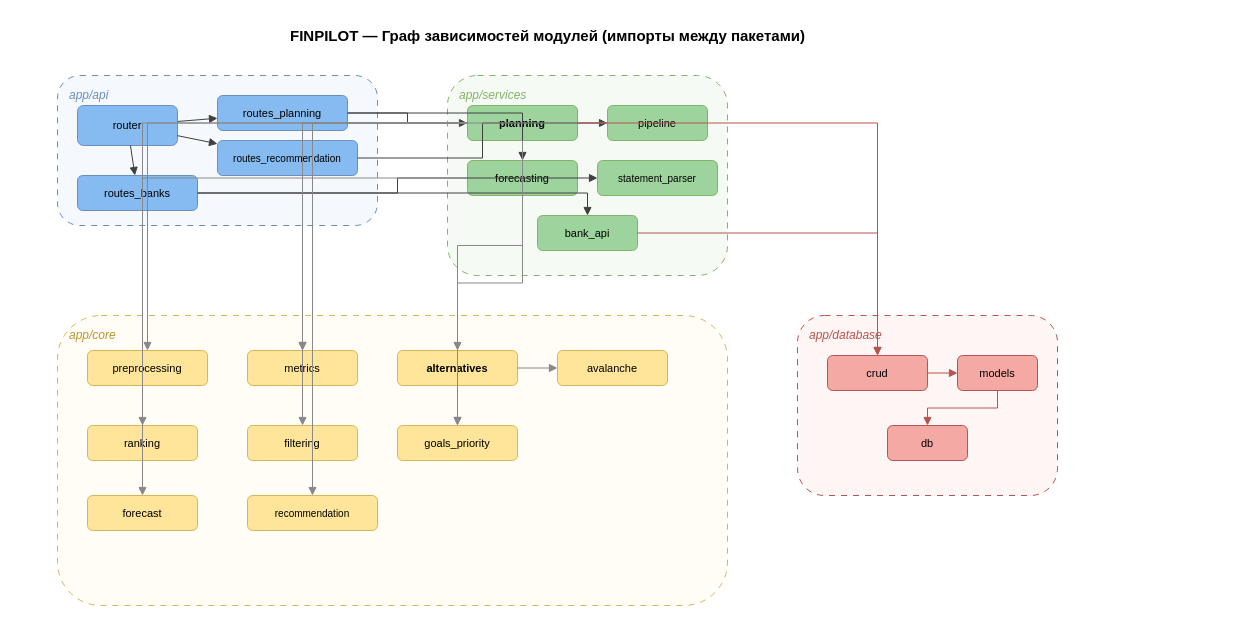
This is docs/diagrams/14_dependency_graph.drawio from vevdokimovm/personal-finance-dss, a draw.io file, before an edit. Source tidied: cells renumbered, new cells numbered last; positions are measured from the earlier drawing's top-left corner, leaving out a move shared by most shapes. Both pictures are drawn from the tidied source at 100%, with x=0, y=0 at pixel (57, 20).
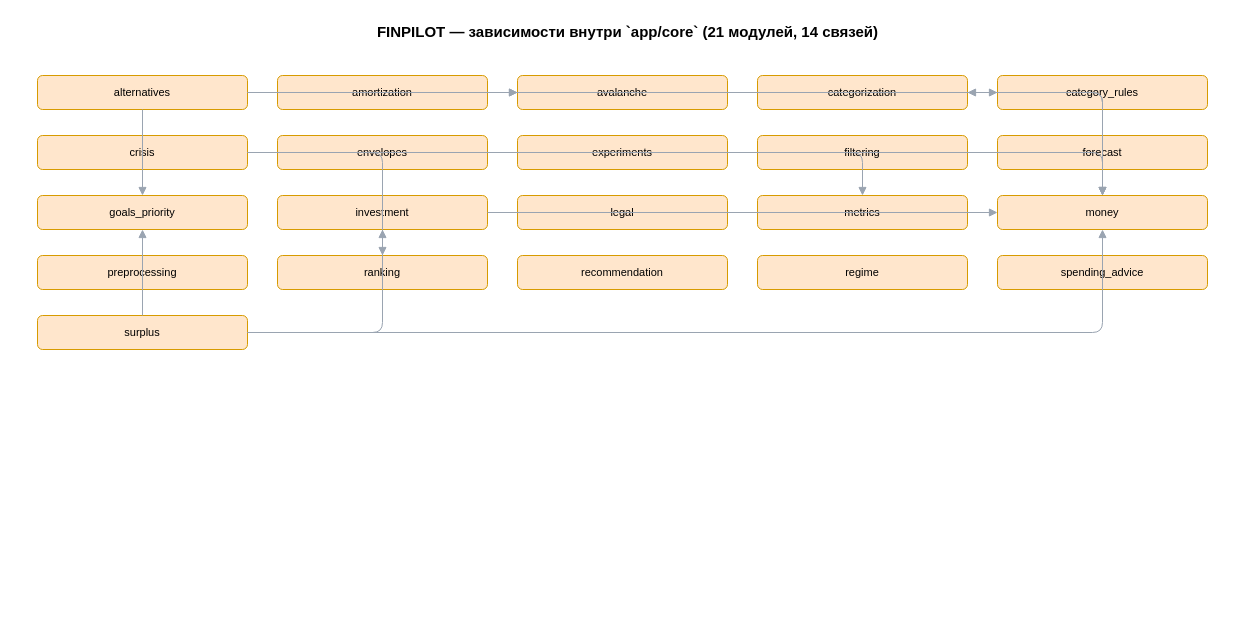
The same diagram, later.

What changed in the source:
```diff
@@
-    <mxCell id="2" value="FINPILOT — Граф зависимостей модулей (импорты между пакетами)" style="text;html=1;strokeColor=none;fillColor=none;align=center;verticalAlign=middle;fontSize=15;fontStyle=1;" parent="1" vertex="1">
-      <mxGeometry x="190" width="600" height="30" as="geometry" />
+    <mxCell id="2" value="FINPILOT — зависимости внутри `app/core` (21 модулей, 14 связей)" style="text;html=1;strokeColor=none;fillColor=none;align=center;verticalAlign=middle;fontSize=15;fontStyle=1;" parent="1" vertex="1">
+      <mxGeometry x="-40" y="-3" width="1220" height="28" as="geometry" />
     </mxCell>
-    <mxCell id="3" value="app/api" style="rounded=1;whiteSpace=wrap;html=1;dashed=1;dashPattern=6 6;strokeColor=#6c8ebf;fillColor=#f5f8fc;verticalAlign=top;fontSize=12;fontStyle=2;fontColor=#6c8ebf;align=left;spacingLeft=10;spacingTop=6;" parent="1" vertex="1">
-      <mxGeometry y="55" width="320" height="150" as="geometry" />
-    </mxCell>
-    <mxCell id="4" value="router" style="rounded=1;whiteSpace=wrap;html=1;fillColor=#85BBF0;strokeColor=#6c8ebf;fontSize=11;" parent="1" vertex="1">
-      <mxGeometry x="20" y="85" width="100" height="40" as="geometry" />
-    </mxCell>
-    <mxCell id="5" value="routes_planning" style="rounded=1;whiteSpace=wrap;html=1;fillColor=#85BBF0;strokeColor=#6c8ebf;fontSize=11;" parent="1" vertex="1">
-      <mxGeometry x="160" y="75" width="130" height="35" as="geometry" />
-    </mxCell>
-    <mxCell id="6" value="routes_recommendation" style="rounded=1;whiteSpace=wrap;html=1;fillColor=#85BBF0;strokeColor=#6c8ebf;fontSize=10;" parent="1" vertex="1">
-      <mxGeometry x="160" y="120" width="140" height="35" as="geometry" />
-    </mxCell>
-    <mxCell id="7" value="routes_banks" style="rounded=1;whiteSpace=wrap;html=1;fillColor=#85BBF0;strokeColor=#6c8ebf;fontSize=11;" parent="1" vertex="1">
-      <mxGeometry x="20" y="155" width="120" height="35" as="geometry" />
-    </mxCell>
-    <mxCell id="8" value="app/services" style="rounded=1;whiteSpace=wrap;html=1;dashed=1;dashPattern=6 6;strokeColor=#82b366;fillColor=#f6faf4;verticalAlign=top;fontSize=12;fontStyle=2;fontColor=#82b366;align=left;spacingLeft=10;spacingTop=6;" parent="1" vertex="1">
-      <mxGeometry x="390" y="55" width="280" height="200" as="geometry" />
-    </mxCell>
-    <mxCell id="9" value="planning" style="rounded=1;whiteSpace=wrap;html=1;fillColor=#9DD49D;strokeColor=#82b366;fontSize=11;fontStyle=1;" parent="1" vertex="1">
-      <mxGeometry x="410" y="85" width="110" height="35" as="geometry" />
-    </mxCell>
-    <mxCell id="10" value="pipeline" style="rounded=1;whiteSpace=wrap;html=1;fillColor=#9DD49D;strokeColor=#82b366;fontSize=11;" parent="1" vertex="1">
-      <mxGeometry x="550" y="85" width="100" height="35" as="geometry" />
-    </mxCell>
-    <mxCell id="11" value="forecasting" style="rounded=1;whiteSpace=wrap;html=1;fillColor=#9DD49D;strokeColor=#82b366;fontSize=11;" parent="1" vertex="1">
-      <mxGeometry x="410" y="140" width="110" height="35" as="geometry" />
-    </mxCell>
-    <mxCell id="12" value="statement_parser" style="rounded=1;whiteSpace=wrap;html=1;fillColor=#9DD49D;strokeColor=#82b366;fontSize=10;" parent="1" vertex="1">
-      <mxGeometry x="540" y="140" width="120" height="35" as="geometry" />
-    </mxCell>
-    <mxCell id="13" value="bank_api" style="rounded=1;whiteSpace=wrap;html=1;fillColor=#9DD49D;strokeColor=#82b366;fontSize=11;" parent="1" vertex="1">
-      <mxGeometry x="480" y="195" width="100" height="35" as="geometry" />
-    </mxCell>
-    <mxCell id="14" value="app/core" style="rounded=1;whiteSpace=wrap;html=1;dashed=1;dashPattern=6 6;strokeColor=#d6b656;fillColor=#fffdf5;verticalAlign=top;fontSize=12;fontStyle=2;fontColor=#b89530;align=left;spacingLeft=10;spacingTop=6;" parent="1" vertex="1">
-      <mxGeometry y="295" width="670" height="290" as="geometry" />
-    </mxCell>
+    <mxCell id="17" value="alternatives" style="rounded=1;whiteSpace=wrap;html=1;fillColor=#ffe6cc;strokeColor=#d79b00;fontSize=11;" parent="1" vertex="1">
+      <mxGeometry x="-20" y="55" width="210" height="34" as="geometry" />
+    </mxCell>
+    <mxCell id="51" value="amortization" style="rounded=1;whiteSpace=wrap;html=1;fillColor=#ffe6cc;strokeColor=#d79b00;fontSize=11;" parent="1" vertex="1">
+      <mxGeometry x="220" y="55" width="210" height="34" as="geometry" />
+    </mxCell>
+    <mxCell id="18" value="avalanche" style="rounded=1;whiteSpace=wrap;html=1;fillColor=#ffe6cc;strokeColor=#d79b00;fontSize=11;" parent="1" vertex="1">
+      <mxGeometry x="460" y="55" width="210" height="34" as="geometry" />
+    </mxCell>
+    <mxCell id="52" value="categorization" style="rounded=1;whiteSpace=wrap;html=1;fillColor=#ffe6cc;strokeColor=#d79b00;fontSize=11;" parent="1" vertex="1">
+      <mxGeometry x="700" y="55" width="210" height="34" as="geometry" />
+    </mxCell>
+    <mxCell id="53" value="category_rules" style="rounded=1;whiteSpace=wrap;html=1;fillColor=#ffe6cc;strokeColor=#d79b00;fontSize=11;" parent="1" vertex="1">
+      <mxGeometry x="940" y="55" width="210" height="34" as="geometry" />
+    </mxCell>
+    <mxCell id="54" value="crisis" style="rounded=1;whiteSpace=wrap;html=1;fillColor=#ffe6cc;strokeColor=#d79b00;fontSize=11;" parent="1" vertex="1">
+      <mxGeometry x="-20" y="115" width="210" height="34" as="geometry" />
+    </mxCell>
+    <mxCell id="55" value="envelopes" style="rounded=1;whiteSpace=wrap;html=1;fillColor=#ffe6cc;strokeColor=#d79b00;fontSize=11;" parent="1" vertex="1">
+      <mxGeometry x="220" y="115" width="210" height="34" as="geometry" />
+    </mxCell>
+    <mxCell id="56" value="experiments" style="rounded=1;whiteSpace=wrap;html=1;fillColor=#ffe6cc;strokeColor=#d79b00;fontSize=11;" parent="1" vertex="1">
+      <mxGeometry x="460" y="115" width="210" height="34" as="geometry" />
+    </mxCell>
+    <mxCell id="20" value="filtering" style="rounded=1;whiteSpace=wrap;html=1;fillColor=#ffe6cc;strokeColor=#d79b00;fontSize=11;" parent="1" vertex="1">
+      <mxGeometry x="700" y="115" width="210" height="34" as="geometry" />
+    </mxCell>
+    <mxCell id="23" value="forecast" style="rounded=1;whiteSpace=wrap;html=1;fillColor=#ffe6cc;strokeColor=#d79b00;fontSize=11;" parent="1" vertex="1">
+      <mxGeometry x="940" y="115" width="210" height="34" as="geometry" />
+    </mxCell>
+    <mxCell id="19" value="goals_priority" style="rounded=1;whiteSpace=wrap;html=1;fillColor=#ffe6cc;strokeColor=#d79b00;fontSize=11;" parent="1" vertex="1">
+      <mxGeometry x="-20" y="175" width="210" height="34" as="geometry" />
+    </mxCell>
+    <mxCell id="57" value="investment" style="rounded=1;whiteSpace=wrap;html=1;fillColor=#ffe6cc;strokeColor=#d79b00;fontSize=11;" parent="1" vertex="1">
+      <mxGeometry x="220" y="175" width="210" height="34" as="geometry" />
+    </mxCell>
+    <mxCell id="58" value="legal" style="rounded=1;whiteSpace=wrap;html=1;fillColor=#ffe6cc;strokeColor=#d79b00;fontSize=11;" parent="1" vertex="1">
+      <mxGeometry x="460" y="175" width="210" height="34" as="geometry" />
+    </mxCell>
+    <mxCell id="16" value="metrics" style="rounded=1;whiteSpace=wrap;html=1;fillColor=#ffe6cc;strokeColor=#d79b00;fontSize=11;" parent="1" vertex="1">
+      <mxGeometry x="700" y="175" width="210" height="34" as="geometry" />
+    </mxCell>
+    <mxCell id="59" value="money" style="rounded=1;whiteSpace=wrap;html=1;fillColor=#ffe6cc;strokeColor=#d79b00;fontSize=11;" parent="1" vertex="1">
+      <mxGeometry x="940" y="175" width="210" height="34" as="geometry" />
+    </mxCell>
-    <mxCell id="15" value="preprocessing" style="rounded=1;whiteSpace=wrap;html=1;fillColor=#FFE599;strokeColor=#d6b656;fontSize=11;" parent="1" vertex="1">
-      <mxGeometry x="30" y="330" width="120" height="35" as="geometry" />
+    <mxCell id="15" value="preprocessing" style="rounded=1;whiteSpace=wrap;html=1;fillColor=#ffe6cc;strokeColor=#d79b00;fontSize=11;" parent="1" vertex="1">
+      <mxGeometry x="-20" y="235" width="210" height="34" as="geometry" />
     </mxCell>
-    <mxCell id="16" value="metrics" style="rounded=1;whiteSpace=wrap;html=1;fillColor=#FFE599;strokeColor=#d6b656;fontSize=11;" parent="1" vertex="1">
-      <mxGeometry x="190" y="330" width="110" height="35" as="geometry" />
-    </mxCell>
-    <mxCell id="17" value="alternatives" style="rounded=1;whiteSpace=wrap;html=1;fillColor=#FFE599;strokeColor=#d6b656;fontSize=11;fontStyle=1;" parent="1" vertex="1">
-      <mxGeometry x="340" y="330" width="120" height="35" as="geometry" />
-    </mxCell>
-    <mxCell id="18" value="avalanche" style="rounded=1;whiteSpace=wrap;html=1;fillColor=#FFE599;strokeColor=#d6b656;fontSize=11;" parent="1" vertex="1">
-      <mxGeometry x="500" y="330" width="110" height="35" as="geometry" />
-    </mxCell>
-    <mxCell id="19" value="goals_priority" style="rounded=1;whiteSpace=wrap;html=1;fillColor=#FFE599;strokeColor=#d6b656;fontSize=11;" parent="1" vertex="1">
-      <mxGeometry x="340" y="405" width="120" height="35" as="geometry" />
-    </mxCell>
-    <mxCell id="20" value="filtering" style="rounded=1;whiteSpace=wrap;html=1;fillColor=#FFE599;strokeColor=#d6b656;fontSize=11;" parent="1" vertex="1">
-      <mxGeometry x="190" y="405" width="110" height="35" as="geometry" />
-    </mxCell>
-    <mxCell id="21" value="ranking" style="rounded=1;whiteSpace=wrap;html=1;fillColor=#FFE599;strokeColor=#d6b656;fontSize=11;" parent="1" vertex="1">
-      <mxGeometry x="30" y="405" width="110" height="35" as="geometry" />
+    <mxCell id="21" value="ranking" style="rounded=1;whiteSpace=wrap;html=1;fillColor=#ffe6cc;strokeColor=#d79b00;fontSize=11;" parent="1" vertex="1">
+      <mxGeometry x="220" y="235" width="210" height="34" as="geometry" />
     </mxCell>
-    <mxCell id="22" value="recommendation" style="rounded=1;whiteSpace=wrap;html=1;fillColor=#FFE599;strokeColor=#d6b656;fontSize=10;" parent="1" vertex="1">
-      <mxGeometry x="190" y="475" width="130" height="35" as="geometry" />
+    <mxCell id="22" value="recommendation" style="rounded=1;whiteSpace=wrap;html=1;fillColor=#ffe6cc;strokeColor=#d79b00;fontSize=11;" parent="1" vertex="1">
+      <mxGeometry x="460" y="235" width="210" height="34" as="geometry" />
     </mxCell>
-    <mxCell id="23" value="forecast" style="rounded=1;whiteSpace=wrap;html=1;fillColor=#FFE599;strokeColor=#d6b656;fontSize=11;" parent="1" vertex="1">
-      <mxGeometry x="30" y="475" width="110" height="35" as="geometry" />
-    </mxCell>
-    <mxCell id="24" value="app/database" style="rounded=1;whiteSpace=wrap;html=1;dashed=1;dashPattern=6 6;strokeColor=#b85450;fillColor=#fdf6f5;verticalAlign=top;fontSize=12;fontStyle=2;fontColor=#b85450;align=left;spacingLeft=10;spacingTop=6;" parent="1" vertex="1">
-      <mxGeometry x="740" y="295" width="260" height="180" as="geometry" />
-    </mxCell>
-    <mxCell id="25" value="crud" style="rounded=1;whiteSpace=wrap;html=1;fillColor=#F5A9A4;strokeColor=#b85450;fontSize=11;" parent="1" vertex="1">
-      <mxGeometry x="770" y="335" width="100" height="35" as="geometry" />
-    </mxCell>
-    <mxCell id="26" value="models" style="rounded=1;whiteSpace=wrap;html=1;fillColor=#F5A9A4;strokeColor=#b85450;fontSize=11;" parent="1" vertex="1">
-      <mxGeometry x="900" y="335" width="80" height="35" as="geometry" />
-    </mxCell>
-    <mxCell id="27" value="db" style="rounded=1;whiteSpace=wrap;html=1;fillColor=#F5A9A4;strokeColor=#b85450;fontSize=11;" parent="1" vertex="1">
-      <mxGeometry x="830" y="405" width="80" height="35" as="geometry" />
-    </mxCell>
-    <mxCell id="28" style="endArrow=block;html=1;rounded=0;strokeColor=#404040;" parent="1" edge="1" source="4" target="5">
-      <mxGeometry relative="1" as="geometry" />
-    </mxCell>
-    <mxCell id="29" style="endArrow=block;html=1;rounded=0;strokeColor=#404040;" parent="1" edge="1" source="4" target="6">
-      <mxGeometry relative="1" as="geometry" />
-    </mxCell>
-    <mxCell id="30" style="endArrow=block;html=1;rounded=0;strokeColor=#404040;" parent="1" edge="1" source="4" target="7">
-      <mxGeometry relative="1" as="geometry" />
-    </mxCell>
-    <mxCell id="31" style="endArrow=block;html=1;rounded=0;strokeColor=#404040;edgeStyle=orthogonalEdgeStyle;" parent="1" edge="1" source="5" target="9">
-      <mxGeometry relative="1" as="geometry" />
-    </mxCell>
-    <mxCell id="32" style="endArrow=block;html=1;rounded=0;strokeColor=#404040;edgeStyle=orthogonalEdgeStyle;" parent="1" edge="1" source="5" target="11">
-      <mxGeometry relative="1" as="geometry" />
-    </mxCell>
-    <mxCell id="33" style="endArrow=block;html=1;rounded=0;strokeColor=#404040;edgeStyle=orthogonalEdgeStyle;" parent="1" edge="1" source="6" target="10">
-      <mxGeometry relative="1" as="geometry" />
-    </mxCell>
-    <mxCell id="34" style="endArrow=block;html=1;rounded=0;strokeColor=#404040;edgeStyle=orthogonalEdgeStyle;" parent="1" edge="1" source="7" target="12">
-      <mxGeometry relative="1" as="geometry" />
-    </mxCell>
-    <mxCell id="35" style="endArrow=block;html=1;rounded=0;strokeColor=#404040;edgeStyle=orthogonalEdgeStyle;" parent="1" edge="1" source="7" target="13">
-      <mxGeometry relative="1" as="geometry" />
-    </mxCell>
-    <mxCell id="36" style="endArrow=block;html=1;rounded=0;strokeColor=#888888;edgeStyle=orthogonalEdgeStyle;" parent="1" edge="1" source="9" target="15">
-      <mxGeometry relative="1" as="geometry" />
-    </mxCell>
-    <mxCell id="37" style="endArrow=block;html=1;rounded=0;strokeColor=#888888;edgeStyle=orthogonalEdgeStyle;" parent="1" edge="1" source="9" target="16">
-      <mxGeometry relative="1" as="geometry" />
-    </mxCell>
-    <mxCell id="38" style="endArrow=block;html=1;rounded=0;strokeColor=#888888;edgeStyle=orthogonalEdgeStyle;" parent="1" edge="1" source="9" target="17">
-      <mxGeometry relative="1" as="geometry" />
-    </mxCell>
-    <mxCell id="39" style="endArrow=block;html=1;rounded=0;strokeColor=#888888;edgeStyle=orthogonalEdgeStyle;" parent="1" edge="1" source="9" target="20">
-      <mxGeometry relative="1" as="geometry" />
-    </mxCell>
-    <mxCell id="40" style="endArrow=block;html=1;rounded=0;strokeColor=#888888;edgeStyle=orthogonalEdgeStyle;" parent="1" edge="1" source="9" target="21">
-      <mxGeometry relative="1" as="geometry" />
-    </mxCell>
-    <mxCell id="41" style="endArrow=block;html=1;rounded=0;strokeColor=#888888;edgeStyle=orthogonalEdgeStyle;" parent="1" edge="1" source="9" target="19">
-      <mxGeometry relative="1" as="geometry" />
-    </mxCell>
-    <mxCell id="42" style="endArrow=block;html=1;rounded=0;strokeColor=#888888;edgeStyle=orthogonalEdgeStyle;" parent="1" edge="1" source="9" target="22">
-      <mxGeometry relative="1" as="geometry" />
-    </mxCell>
-    <mxCell id="43" style="endArrow=block;html=1;rounded=0;strokeColor=#888888;edgeStyle=orthogonalEdgeStyle;" parent="1" edge="1" source="10" target="16">
-      <mxGeometry relative="1" as="geometry" />
-    </mxCell>
-    <mxCell id="44" style="endArrow=block;html=1;rounded=0;strokeColor=#888888;edgeStyle=orthogonalEdgeStyle;" parent="1" edge="1" source="11" target="23">
-      <mxGeometry relative="1" as="geometry" />
-    </mxCell>
+    <mxCell id="60" value="regime" style="rounded=1;whiteSpace=wrap;html=1;fillColor=#ffe6cc;strokeColor=#d79b00;fontSize=11;" parent="1" vertex="1">
+      <mxGeometry x="700" y="235" width="210" height="34" as="geometry" />
+    </mxCell>
+    <mxCell id="61" value="spending_advice" style="rounded=1;whiteSpace=wrap;html=1;fillColor=#ffe6cc;strokeColor=#d79b00;fontSize=11;" parent="1" vertex="1">
+      <mxGeometry x="940" y="235" width="210" height="34" as="geometry" />
+    </mxCell>
+    <mxCell id="62" value="surplus" style="rounded=1;whiteSpace=wrap;html=1;fillColor=#ffe6cc;strokeColor=#d79b00;fontSize=11;" parent="1" vertex="1">
+      <mxGeometry x="-20" y="295" width="210" height="34" as="geometry" />
+    </mxCell>
-    <mxCell id="45" style="endArrow=block;html=1;rounded=0;strokeColor=#888888;edgeStyle=orthogonalEdgeStyle;" parent="1" edge="1" source="17" target="18">
+    <mxCell id="45" style="edgeStyle=orthogonalEdgeStyle;rounded=1;html=1;strokeColor=#9aa4b1;endArrow=block;endFill=1;fontSize=9;" parent="1" edge="1" source="17" target="18">
       <mxGeometry relative="1" as="geometry" />
     </mxCell>
-    <mxCell id="46" style="endArrow=block;html=1;rounded=0;strokeColor=#888888;edgeStyle=orthogonalEdgeStyle;" parent="1" edge="1" source="17" target="19">
+    <mxCell id="46" style="edgeStyle=orthogonalEdgeStyle;rounded=1;html=1;strokeColor=#9aa4b1;endArrow=block;endFill=1;fontSize=9;" parent="1" edge="1" source="17" target="19">
       <mxGeometry relative="1" as="geometry" />
     </mxCell>
-    <mxCell id="47" style="endArrow=block;html=1;rounded=0;strokeColor=#b85450;edgeStyle=orthogonalEdgeStyle;" parent="1" edge="1" source="9" target="25">
-      <mxGeometry relative="1" as="geometry" />
-    </mxCell>
-    <mxCell id="48" style="endArrow=block;html=1;rounded=0;strokeColor=#b85450;edgeStyle=orthogonalEdgeStyle;" parent="1" edge="1" source="13" target="25">
-      <mxGeometry relative="1" as="geometry" />
-    </mxCell>
-    <mxCell id="49" style="endArrow=block;html=1;rounded=0;strokeColor=#b85450;edgeStyle=orthogonalEdgeStyle;" parent="1" edge="1" source="25" target="26">
-      <mxGeometry relative="1" as="geometry" />
-    </mxCell>
-    <mxCell id="50" style="endArrow=block;html=1;rounded=0;strokeColor=#b85450;edgeStyle=orthogonalEdgeStyle;" parent="1" edge="1" source="26" target="27">
-      <mxGeometry relative="1" as="geometry" />
-    </mxCell>
+    <mxCell id="63" style="edgeStyle=orthogonalEdgeStyle;rounded=1;html=1;strokeColor=#9aa4b1;endArrow=block;endFill=1;fontSize=9;" parent="1" edge="1" source="17" target="59">
+      <mxGeometry relative="1" as="geometry" />
+    </mxCell>
+    <mxCell id="64" style="edgeStyle=orthogonalEdgeStyle;rounded=1;html=1;strokeColor=#9aa4b1;endArrow=block;endFill=1;fontSize=9;" parent="1" edge="1" source="51" target="18">
+      <mxGeometry relative="1" as="geometry" />
+    </mxCell>
+    <mxCell id="65" style="edgeStyle=orthogonalEdgeStyle;rounded=1;html=1;strokeColor=#9aa4b1;endArrow=block;endFill=1;fontSize=9;" parent="1" edge="1" source="51" target="59">
+      <mxGeometry relative="1" as="geometry" />
+    </mxCell>
+    <mxCell id="66" style="edgeStyle=orthogonalEdgeStyle;rounded=1;html=1;strokeColor=#9aa4b1;endArrow=block;endFill=1;fontSize=9;" parent="1" edge="1" source="52" target="53">
+      <mxGeometry relative="1" as="geometry" />
+    </mxCell>
+    <mxCell id="67" style="edgeStyle=orthogonalEdgeStyle;rounded=1;html=1;strokeColor=#9aa4b1;endArrow=block;endFill=1;fontSize=9;" parent="1" edge="1" source="53" target="52">
+      <mxGeometry relative="1" as="geometry" />
+    </mxCell>
+    <mxCell id="68" style="edgeStyle=orthogonalEdgeStyle;rounded=1;html=1;strokeColor=#9aa4b1;endArrow=block;endFill=1;fontSize=9;" parent="1" edge="1" source="54" target="59">
+      <mxGeometry relative="1" as="geometry" />
+    </mxCell>
+    <mxCell id="69" style="edgeStyle=orthogonalEdgeStyle;rounded=1;html=1;strokeColor=#9aa4b1;endArrow=block;endFill=1;fontSize=9;" parent="1" edge="1" source="54" target="21">
+      <mxGeometry relative="1" as="geometry" />
+    </mxCell>
+    <mxCell id="70" style="edgeStyle=orthogonalEdgeStyle;rounded=1;html=1;strokeColor=#9aa4b1;endArrow=block;endFill=1;fontSize=9;" parent="1" edge="1" source="55" target="16">
+      <mxGeometry relative="1" as="geometry" />
+    </mxCell>
+    <mxCell id="71" style="edgeStyle=orthogonalEdgeStyle;rounded=1;html=1;strokeColor=#9aa4b1;endArrow=block;endFill=1;fontSize=9;" parent="1" edge="1" source="57" target="59">
+      <mxGeometry relative="1" as="geometry" />
+    </mxCell>
+    <mxCell id="72" style="edgeStyle=orthogonalEdgeStyle;rounded=1;html=1;strokeColor=#9aa4b1;endArrow=block;endFill=1;fontSize=9;" parent="1" edge="1" source="62" target="19">
+      <mxGeometry relative="1" as="geometry" />
+    </mxCell>
+    <mxCell id="73" style="edgeStyle=orthogonalEdgeStyle;rounded=1;html=1;strokeColor=#9aa4b1;endArrow=block;endFill=1;fontSize=9;" parent="1" edge="1" source="62" target="57">
+      <mxGeometry relative="1" as="geometry" />
+    </mxCell>
+    <mxCell id="74" style="edgeStyle=orthogonalEdgeStyle;rounded=1;html=1;strokeColor=#9aa4b1;endArrow=block;endFill=1;fontSize=9;" parent="1" edge="1" source="62" target="59">
+      <mxGeometry relative="1" as="geometry" />
+    </mxCell>
```
